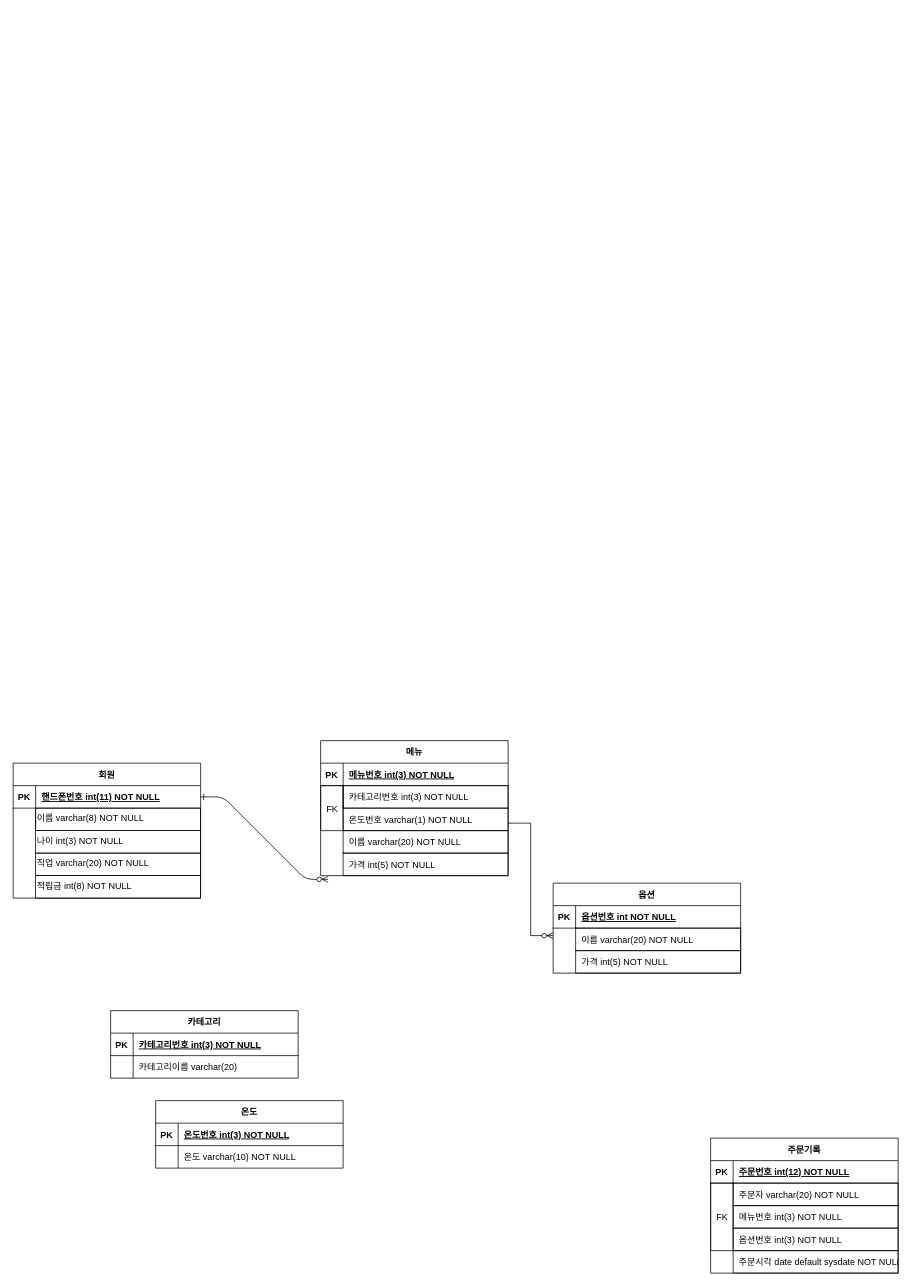
Above: physical_ERD.drawio in jdohun/22-1Database (draw.io), before the change. Source tidied: cells renumbered, new cells numbered last; positions are measured from the earlier drawing's top-left corner, leaving out a move shared by most shapes. Both pictures are drawn from the tidied source at 75%, with x=0, y=0 at pixel (13, 740).
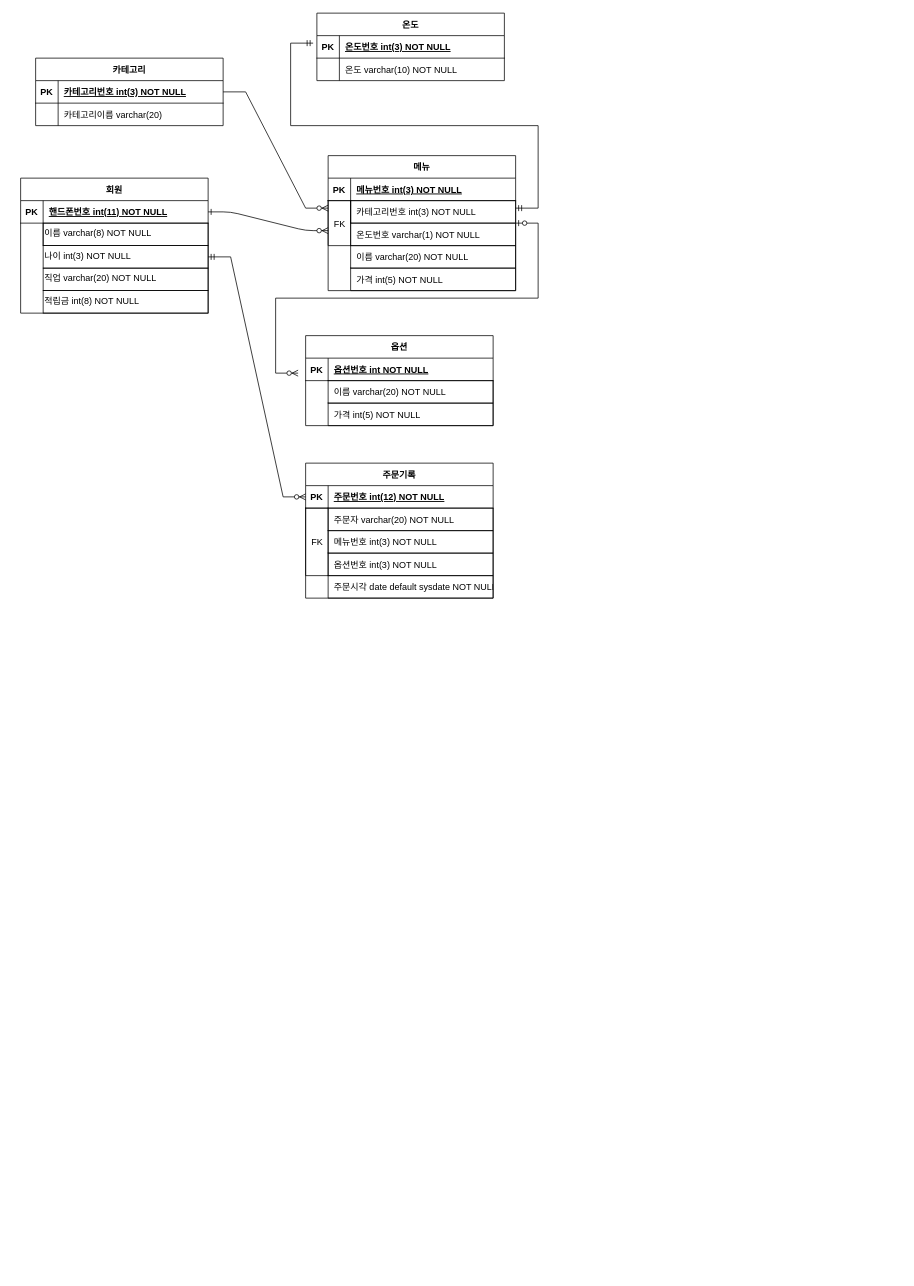
The same diagram, later.

The change refers to these unchanged cells:
```xml
<mxCell id="8" style="shape=partialRectangle;fillColor=none;points=[[0,0.5],[1,0.5]];portConstraint=eastwest;top=0;left=0;right=0;bottom=1;" parent="7" vertex="1">
  <mxGeometry y="30" width="250" height="30" as="geometry" />
</mxCell>
<mxCell id="19" style="shape=partialRectangle;fillColor=none;points=[[0,0.5],[1,0.5]];portConstraint=eastwest;top=0;left=0;right=0;bottom=1;" parent="18" vertex="1">
  <mxGeometry y="30" width="250" height="30" as="geometry" />
</mxCell>
<mxCell id="49" style="shape=partialRectangle;fillColor=none;points=[[0,0.5],[1,0.5]];portConstraint=eastwest;top=0;left=0;right=0;bottom=1;" parent="48" vertex="1">
  <mxGeometry y="30" width="250" height="30" as="geometry" />
</mxCell>
```

What changed in the source:
```diff
@@
     <mxCell id="2" style="edgeStyle=entityRelationEdgeStyle;endArrow=ERzeroToMany;startArrow=ERone;endFill=1;startFill=0;" parent="1" edge="1" source="8">
       <mxGeometry relative="1" as="geometry">
-        <mxPoint x="420" y="185" as="targetPoint" />
+        <mxPoint x="420" y="-680" as="targetPoint" />
       </mxGeometry>
     </mxCell>
     <mxCell id="3" value="옵션" style="shape=table;startSize=30;childLayout=tableLayout;rowLines=0;fontStyle=1;align=center;" parent="1" vertex="1">
-      <mxGeometry x="720" y="190" width="250" height="120" as="geometry" />
+      <mxGeometry x="390" y="-540" width="250" height="120" as="geometry" />
     </mxCell>
@@
     <mxCell id="7" value="회원" style="shape=table;startSize=30;childLayout=tableLayout;rowLines=0;fontStyle=1;align=center;" parent="1" vertex="1">
-      <mxGeometry y="30" width="250" height="180" as="geometry" />
+      <mxGeometry x="10" y="-750" width="250" height="180" as="geometry" />
     </mxCell>
@@
     <mxCell id="14" value="&lt;span style=&quot;&quot;&gt;이름 varchar(8) NOT NULL&lt;/span&gt;" style="text;whiteSpace=wrap;html=1;fontColor=#000000;strokeColor=default;" parent="1" vertex="1">
-      <mxGeometry x="30" y="90" width="220" height="30" as="geometry" />
+      <mxGeometry x="40" y="-690" width="220" height="30" as="geometry" />
     </mxCell>
     <mxCell id="15" value="&lt;span style=&quot;&quot;&gt;나이 int(3) NOT NULL&lt;/span&gt;" style="text;whiteSpace=wrap;html=1;fontColor=#000000;strokeColor=default;" parent="1" vertex="1">
-      <mxGeometry x="30" y="120" width="220" height="30" as="geometry" />
+      <mxGeometry x="40" y="-660" width="220" height="30" as="geometry" />
     </mxCell>
     <mxCell id="16" value="&lt;span style=&quot;&quot;&gt;직업 varchar(20) NOT NULL&lt;/span&gt;" style="text;whiteSpace=wrap;html=1;fontColor=#000000;strokeColor=default;" parent="1" vertex="1">
-      <mxGeometry x="30" y="150" width="220" height="30" as="geometry" />
+      <mxGeometry x="40" y="-630" width="220" height="30" as="geometry" />
     </mxCell>
     <mxCell id="17" value="&lt;span style=&quot;&quot;&gt;적립금 int(8) NOT NULL&lt;/span&gt;" style="text;whiteSpace=wrap;html=1;fontColor=#000000;strokeColor=default;" parent="1" vertex="1">
-      <mxGeometry x="30" y="180" width="220" height="30" as="geometry" />
+      <mxGeometry x="40" y="-600" width="220" height="30" as="geometry" />
     </mxCell>
     <mxCell id="18" value="카테고리" style="shape=table;startSize=30;childLayout=tableLayout;rowLines=0;fontStyle=1;align=center;" parent="1" vertex="1">
-      <mxGeometry x="130" y="360" width="250" height="90" as="geometry" />
+      <mxGeometry x="30" y="-910" width="250" height="90" as="geometry" />
     </mxCell>
@@
     <mxCell id="25" value="카테고리이름 varchar(20)" style="shape=partialRectangle;overflow=hidden;fillColor=none;top=0;left=0;bottom=0;right=0;align=left;spacingLeft=6;fontStyle=0;" parent="1" vertex="1">
-      <mxGeometry x="160" y="420" width="220" height="30" as="geometry" />
+      <mxGeometry x="60" y="-850" width="220" height="30" as="geometry" />
     </mxCell>
     <mxCell id="26" value="온도" style="shape=table;startSize=30;childLayout=tableLayout;rowLines=0;fontStyle=1;align=center;" parent="1" vertex="1">
-      <mxGeometry x="190" y="480" width="250" height="90" as="geometry" />
+      <mxGeometry x="405" y="-970" width="250" height="90" as="geometry" />
     </mxCell>
@@
     <mxCell id="33" value="온도 varchar(10) NOT NULL" style="shape=partialRectangle;overflow=hidden;fillColor=none;top=0;left=0;bottom=0;right=0;align=left;spacingLeft=6;fontStyle=0;" parent="1" vertex="1">
-      <mxGeometry x="220" y="540" width="220" height="30" as="geometry" />
+      <mxGeometry x="435" y="-910" width="220" height="30" as="geometry" />
     </mxCell>
     <mxCell id="34" value="메뉴" style="shape=table;startSize=30;childLayout=tableLayout;rowLines=0;fontStyle=1;align=center;" parent="1" vertex="1">
-      <mxGeometry x="410" width="250" height="180" as="geometry" />
+      <mxGeometry x="420" y="-780" width="250" height="180" as="geometry" />
     </mxCell>
@@
     <mxCell id="41" value="카테고리번호 int(3) NOT NULL" style="shape=partialRectangle;overflow=hidden;fillColor=none;top=1;left=1;bottom=1;right=1;align=left;spacingLeft=6;fontStyle=0;" parent="1" vertex="1">
-      <mxGeometry x="440" y="60" width="220" height="30" as="geometry" />
+      <mxGeometry x="450" y="-720" width="220" height="30" as="geometry" />
     </mxCell>
     <mxCell id="42" value="온도번호 varchar(1) NOT NULL" style="shape=partialRectangle;overflow=hidden;fillColor=none;top=1;left=1;bottom=1;right=1;align=left;spacingLeft=6;fontStyle=0;" parent="1" vertex="1">
-      <mxGeometry x="440" y="90" width="220" height="30" as="geometry" />
+      <mxGeometry x="450" y="-690" width="220" height="30" as="geometry" />
     </mxCell>
     <mxCell id="43" value="FK" style="shape=partialRectangle;overflow=hidden;fillColor=none;top=1;left=1;bottom=1;right=1;align=left;spacingLeft=6;fontStyle=0;" parent="1" vertex="1">
-      <mxGeometry x="410" y="60" width="30" height="60" as="geometry" />
+      <mxGeometry x="420" y="-720" width="30" height="60" as="geometry" />
     </mxCell>
     <mxCell id="44" value="이름 varchar(20) NOT NULL" style="shape=partialRectangle;overflow=hidden;fillColor=none;top=1;left=1;bottom=1;right=1;align=left;spacingLeft=6;fontStyle=0;" parent="1" vertex="1">
-      <mxGeometry x="440" y="120" width="220" height="30" as="geometry" />
+      <mxGeometry x="450" y="-660" width="220" height="30" as="geometry" />
     </mxCell>
     <mxCell id="45" value="가격 int(5) NOT NULL" style="shape=partialRectangle;overflow=hidden;fillColor=none;top=1;left=1;bottom=1;right=1;align=left;spacingLeft=6;fontStyle=0;" parent="1" vertex="1">
-      <mxGeometry x="440" y="150" width="220" height="30" as="geometry" />
+      <mxGeometry x="450" y="-630" width="220" height="30" as="geometry" />
     </mxCell>
     <mxCell id="46" value="이름 varchar(20) NOT NULL" style="shape=partialRectangle;overflow=hidden;fillColor=none;top=1;left=1;bottom=1;right=1;align=left;spacingLeft=6;" parent="1" vertex="1">
-      <mxGeometry x="750" y="250" width="220" height="30" as="geometry" />
+      <mxGeometry x="420" y="-480" width="220" height="30" as="geometry" />
     </mxCell>
     <mxCell id="47" value="가격 int(5) NOT NULL" style="shape=partialRectangle;overflow=hidden;fillColor=none;top=1;left=1;bottom=1;right=1;align=left;spacingLeft=6;fontStyle=0;" parent="1" vertex="1">
-      <mxGeometry x="750" y="280" width="220" height="30" as="geometry" />
+      <mxGeometry x="420" y="-450" width="220" height="30" as="geometry" />
     </mxCell>
     <mxCell id="48" value="주문기록" style="shape=table;startSize=30;childLayout=tableLayout;rowLines=0;fontStyle=1;align=center;" parent="1" vertex="1">
-      <mxGeometry x="930" y="530" width="250" height="180" as="geometry" />
+      <mxGeometry x="390" y="-370" width="250" height="180" as="geometry" />
     </mxCell>
@@
     <mxCell id="52" value="주문자 varchar(20) NOT NULL" style="shape=partialRectangle;overflow=hidden;fillColor=none;top=1;left=1;bottom=1;right=1;align=left;spacingLeft=6;" parent="1" vertex="1">
-      <mxGeometry x="960" y="590" width="220" height="30" as="geometry" />
+      <mxGeometry x="420" y="-310" width="220" height="30" as="geometry" />
     </mxCell>
     <mxCell id="53" value="메뉴번호 int(3) NOT NULL" style="shape=partialRectangle;overflow=hidden;fillColor=none;top=1;left=1;bottom=1;right=1;align=left;spacingLeft=6;fontStyle=0;" parent="1" vertex="1">
-      <mxGeometry x="960" y="620" width="220" height="30" as="geometry" />
+      <mxGeometry x="420" y="-280" width="220" height="30" as="geometry" />
     </mxCell>
     <mxCell id="54" value="FK" style="shape=partialRectangle;overflow=hidden;fillColor=none;top=1;left=1;bottom=1;right=1;align=left;spacingLeft=6;fontStyle=0;" parent="1" vertex="1">
-      <mxGeometry x="930" y="590" width="30" height="90" as="geometry" />
+      <mxGeometry x="390" y="-310" width="30" height="90" as="geometry" />
     </mxCell>
     <mxCell id="55" value="옵션번호 int(3) NOT NULL" style="shape=partialRectangle;overflow=hidden;fillColor=none;top=1;left=1;bottom=1;right=1;align=left;spacingLeft=6;fontStyle=0;" parent="1" vertex="1">
-      <mxGeometry x="960" y="650" width="220" height="30" as="geometry" />
+      <mxGeometry x="420" y="-250" width="220" height="30" as="geometry" />
     </mxCell>
     <mxCell id="56" value="주문시각 date default sysdate NOT NULL" style="shape=partialRectangle;overflow=hidden;fillColor=none;top=1;left=1;bottom=1;right=1;align=left;spacingLeft=6;fontStyle=0;" parent="1" vertex="1">
-      <mxGeometry x="960" y="680" width="220" height="30" as="geometry" />
+      <mxGeometry x="420" y="-220" width="220" height="30" as="geometry" />
     </mxCell>
-    <mxCell id="57" style="edgeStyle=entityRelationEdgeStyle;fontSize=12;html=1;endArrow=ERzeroToMany;endFill=1;rounded=0;fontFamily=Helvetica;fontColor=default;" parent="1" edge="1">
+    <mxCell id="57" style="edgeStyle=entityRelationEdgeStyle;fontSize=12;html=1;endArrow=ERzeroToMany;endFill=1;rounded=0;fontFamily=Helvetica;fontColor=default;exitX=1;exitY=0.5;exitDx=0;exitDy=0;" parent="1" edge="1" source="19">
       <mxGeometry relative="1" as="geometry">
-        <mxPoint x="660" y="110" as="sourcePoint" />
-        <mxPoint x="720" y="260" as="targetPoint" />
+        <mxPoint x="420" y="-710" as="targetPoint" />
       </mxGeometry>
     </mxCell>
+    <mxCell id="58" style="edgeStyle=entityRelationEdgeStyle;fontSize=12;html=1;endArrow=ERmandOne;startArrow=ERmandOne;rounded=0;fontFamily=Helvetica;fontColor=default;" parent="1" edge="1">
+      <mxGeometry relative="1" as="geometry">
+        <mxPoint x="670" y="-710" as="sourcePoint" />
+        <mxPoint x="400" y="-930" as="targetPoint" />
+      </mxGeometry>
+    </mxCell>
+    <mxCell id="59" style="edgeStyle=entityRelationEdgeStyle;fontSize=12;html=1;endArrow=ERzeroToMany;startArrow=ERzeroToOne;rounded=0;fontFamily=Helvetica;fontColor=default;" parent="1" edge="1">
+      <mxGeometry relative="1" as="geometry">
+        <mxPoint x="670" y="-690" as="sourcePoint" />
+        <mxPoint x="380" y="-490" as="targetPoint" />
+      </mxGeometry>
+    </mxCell>
+    <mxCell id="60" style="edgeStyle=entityRelationEdgeStyle;fontSize=12;html=1;endArrow=ERzeroToMany;startArrow=ERmandOne;rounded=0;fontFamily=Helvetica;fontColor=default;exitX=1;exitY=0.5;exitDx=0;exitDy=0;entryX=0;entryY=0.5;entryDx=0;entryDy=0;" parent="1" edge="1" source="15" target="49">
+      <mxGeometry relative="1" as="geometry" />
+    </mxCell>
```
